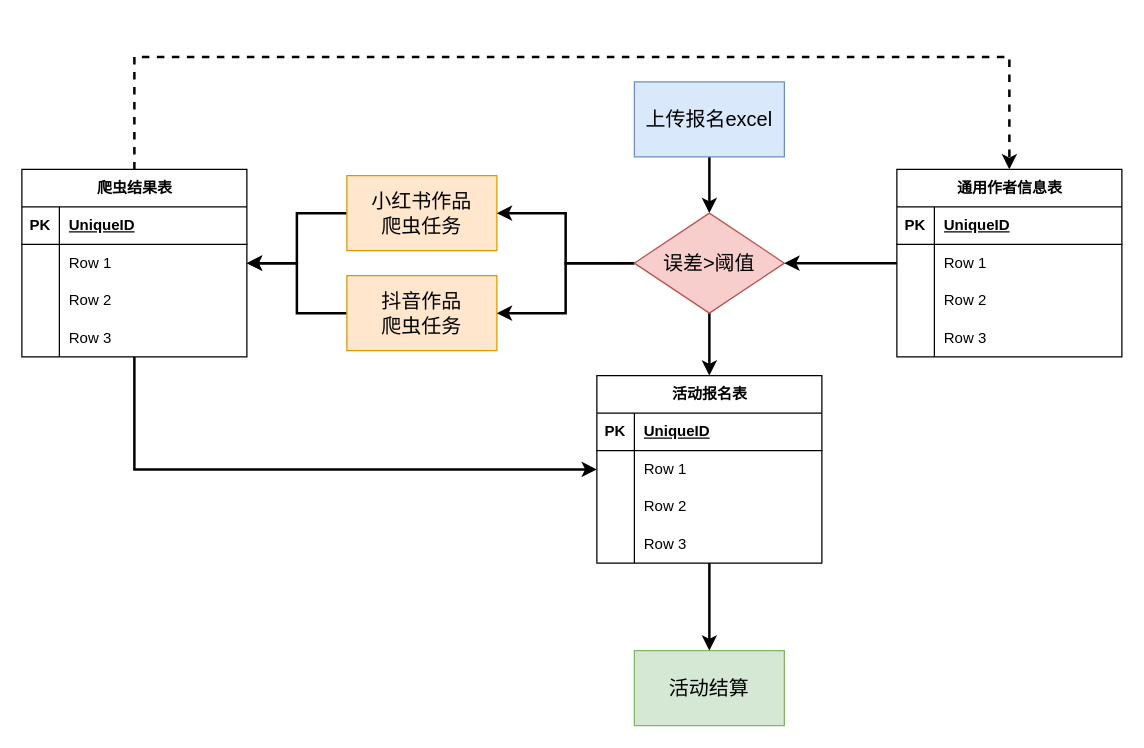
WTongStudio/draw.io keeps this draw.io diagram as 全勤奖报名.drawio. Above is the earlier version. Source tidied: cells renumbered, new cells numbered last; positions are measured from the earlier drawing's top-left corner, leaving out a move shared by most shapes. Both pictures are drawn from the tidied source at 125%, with x=0, y=0 at pixel (21, 56).
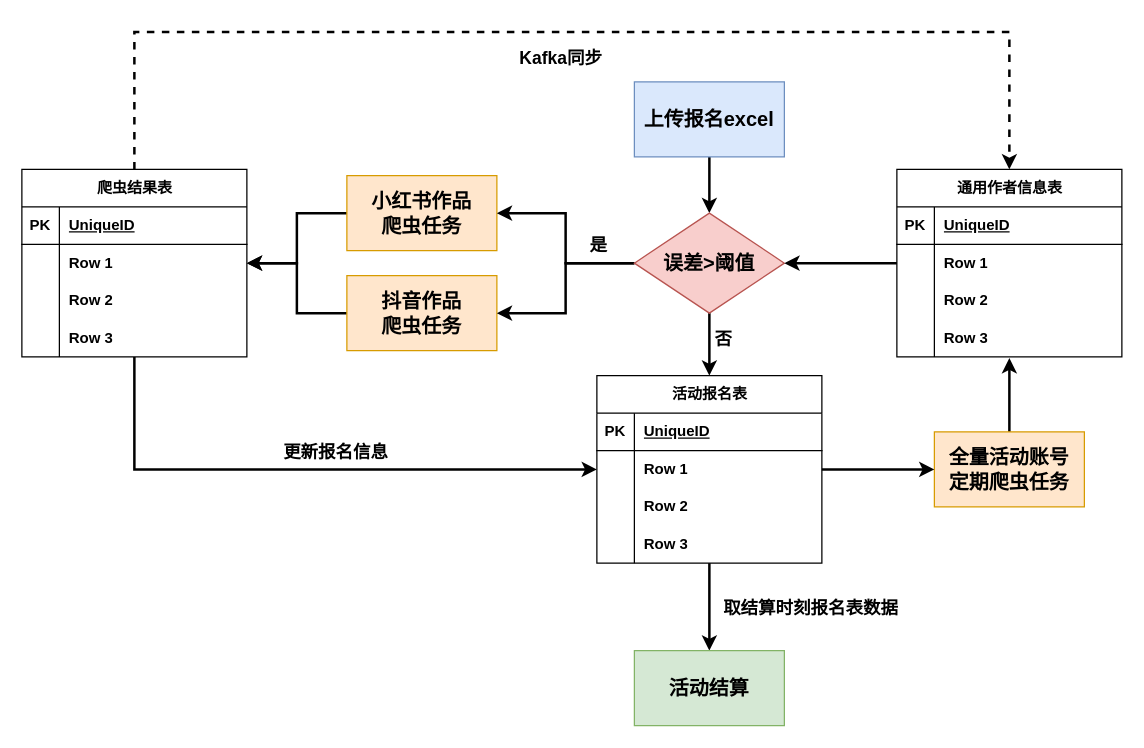
The same page after the edit.

Commit message:
更新全勤奖报名.drawio

Unchanged cells that the change refers to:
```xml
<mxCell id="7" value="活动报名表" style="shape=table;startSize=30;childLayout=tableLayout;rowLines=0;fontStyle=1;align=center;html=1;" parent="1" vertex="1">
  <mxGeometry x="460" y="255" width="180" height="150" as="geometry" />
</mxCell>
<mxCell id="22" value="通用作者信息表" style="shape=table;startSize=30;childLayout=tableLayout;rowLines=0;fontStyle=1;align=center;html=1;" parent="1" vertex="1">
  <mxGeometry x="700" y="90" width="180" height="150" as="geometry" />
</mxCell>
<mxCell id="37" value="爬虫结果表" style="shape=table;startSize=30;childLayout=tableLayout;rowLines=0;fontStyle=1;align=center;html=1;" parent="1" vertex="1">
  <mxGeometry y="90" width="180" height="150" as="geometry" />
</mxCell>
```

What changed in the source:
```diff
@@
-    <mxCell id="2" style="edgeStyle=orthogonalEdgeStyle;rounded=0;jettySize=auto;html=1;entryX=0.5;entryY=0;entryDx=0;entryDy=0;strokeWidth=2;" parent="1" edge="1" source="3" target="54">
+    <mxCell id="2" style="edgeStyle=orthogonalEdgeStyle;rounded=0;jettySize=auto;html=1;entryX=0.5;entryY=0;entryDx=0;entryDy=0;strokeWidth=2;fontStyle=1;" parent="1" edge="1" source="3" target="54">
       <mxGeometry relative="1" as="geometry" />
     </mxCell>
-    <mxCell id="3" value="&lt;font style=&quot;font-size: 16px;&quot;&gt;上传报名excel&lt;/font&gt;" style="rounded=0;whiteSpace=wrap;html=1;fillColor=#dae8fc;strokeColor=#6c8ebf;" parent="1" vertex="1">
+    <mxCell id="3" value="&lt;font style=&quot;font-size: 16px;&quot;&gt;上传报名excel&lt;/font&gt;" style="rounded=0;whiteSpace=wrap;html=1;fillColor=#dae8fc;strokeColor=#6c8ebf;fontStyle=1;" parent="1" vertex="1">
       <mxGeometry x="490" y="20" width="120" height="60" as="geometry" />
     </mxCell>
-    <mxCell id="4" style="edgeStyle=orthogonalEdgeStyle;rounded=0;jettySize=auto;html=1;entryX=1;entryY=0.5;entryDx=0;entryDy=0;strokeWidth=2;" parent="1" edge="1" source="5" target="41">
+    <mxCell id="4" style="edgeStyle=orthogonalEdgeStyle;rounded=0;jettySize=auto;html=1;entryX=1;entryY=0.5;entryDx=0;entryDy=0;strokeWidth=2;fontStyle=1;" parent="1" edge="1" source="5" target="41">
       <mxGeometry relative="1" as="geometry" />
     </mxCell>
-    <mxCell id="5" value="&lt;font size=&quot;3&quot;&gt;小红书作品&lt;br&gt;爬虫任务&lt;br&gt;&lt;/font&gt;" style="rounded=0;whiteSpace=wrap;html=1;fillColor=#ffe6cc;strokeColor=#d79b00;" parent="1" vertex="1">
+    <mxCell id="5" value="&lt;font size=&quot;3&quot;&gt;小红书作品&lt;br&gt;爬虫任务&lt;br&gt;&lt;/font&gt;" style="rounded=0;whiteSpace=wrap;html=1;fillColor=#ffe6cc;strokeColor=#d79b00;fontStyle=1;" parent="1" vertex="1">
       <mxGeometry x="260" y="95" width="120" height="60" as="geometry" />
     </mxCell>
-    <mxCell id="6" style="edgeStyle=orthogonalEdgeStyle;rounded=0;jettySize=auto;html=1;strokeWidth=2;" parent="1" edge="1" source="7" target="50">
+    <mxCell id="6" style="edgeStyle=orthogonalEdgeStyle;rounded=0;jettySize=auto;html=1;strokeWidth=2;fontStyle=1;" parent="1" edge="1" source="7" target="50">
       <mxGeometry relative="1" as="geometry" />
     </mxCell>
+    <mxCell id="56" value="&lt;span&gt;&lt;font style=&quot;font-size: 14px;&quot;&gt;取结算时刻报名表数据&lt;/font&gt;&lt;/span&gt;" style="edgeLabel;html=1;align=center;verticalAlign=middle;fontStyle=1;" parent="6" vertex="1">
+      <mxGeometry x="-0.11" y="-1" relative="1" as="geometry">
+        <mxPoint x="81" y="4" as="offset" />
+      </mxGeometry>
+    </mxCell>
@@
-    <mxCell id="8" style="shape=tableRow;horizontal=0;startSize=0;swimlaneHead=0;swimlaneBody=0;fillColor=none;top=0;left=0;right=0;bottom=1;" parent="7" vertex="1">
+    <mxCell id="8" style="shape=tableRow;horizontal=0;startSize=0;swimlaneHead=0;swimlaneBody=0;fillColor=none;top=0;left=0;right=0;bottom=1;fontStyle=1;" parent="7" vertex="1">
       <mxGeometry y="30" width="180" height="30" as="geometry" />
     </mxCell>
@@
-    <mxCell id="11" style="shape=tableRow;horizontal=0;startSize=0;swimlaneHead=0;swimlaneBody=0;fillColor=none;points=[[0,0.5],[1,0.5]];portConstraint=eastwest;top=0;left=0;right=0;bottom=0;" parent="7" vertex="1">
+    <mxCell id="11" style="shape=tableRow;horizontal=0;startSize=0;swimlaneHead=0;swimlaneBody=0;fillColor=none;points=[[0,0.5],[1,0.5]];portConstraint=eastwest;top=0;left=0;right=0;bottom=0;fontStyle=1;" parent="7" vertex="1">
       <mxGeometry y="60" width="180" height="30" as="geometry" />
     </mxCell>
-    <mxCell id="12" style="shape=partialRectangle;fillColor=none;top=0;left=0;bottom=0;right=0;overflow=hidden;whiteSpace=wrap;html=1;" parent="11" vertex="1">
+    <mxCell id="12" style="shape=partialRectangle;fillColor=none;top=0;left=0;bottom=0;right=0;overflow=hidden;whiteSpace=wrap;html=1;fontStyle=1;" parent="11" vertex="1">
       <mxGeometry width="30" height="30" as="geometry" />
     </mxCell>
-    <mxCell id="13" value="Row 1" style="shape=partialRectangle;fillColor=none;top=0;left=0;bottom=0;right=0;align=left;spacingLeft=6;overflow=hidden;whiteSpace=wrap;html=1;" parent="11" vertex="1">
+    <mxCell id="13" value="Row 1" style="shape=partialRectangle;fillColor=none;top=0;left=0;bottom=0;right=0;align=left;spacingLeft=6;overflow=hidden;whiteSpace=wrap;html=1;fontStyle=1;" parent="11" vertex="1">
       <mxGeometry x="30" width="150" height="30" as="geometry" />
     </mxCell>
-    <mxCell id="14" style="shape=tableRow;horizontal=0;startSize=0;swimlaneHead=0;swimlaneBody=0;fillColor=none;top=0;left=0;right=0;bottom=0;" parent="7" vertex="1">
+    <mxCell id="14" style="shape=tableRow;horizontal=0;startSize=0;swimlaneHead=0;swimlaneBody=0;fillColor=none;top=0;left=0;right=0;bottom=0;fontStyle=1;" parent="7" vertex="1">
       <mxGeometry y="90" width="180" height="30" as="geometry" />
     </mxCell>
-    <mxCell id="15" style="shape=partialRectangle;fillColor=none;top=0;left=0;bottom=0;right=0;overflow=hidden;whiteSpace=wrap;html=1;" parent="14" vertex="1">
+    <mxCell id="15" style="shape=partialRectangle;fillColor=none;top=0;left=0;bottom=0;right=0;overflow=hidden;whiteSpace=wrap;html=1;fontStyle=1;" parent="14" vertex="1">
       <mxGeometry width="30" height="30" as="geometry" />
     </mxCell>
-    <mxCell id="16" value="Row 2" style="shape=partialRectangle;fillColor=none;top=0;left=0;bottom=0;right=0;align=left;spacingLeft=6;overflow=hidden;whiteSpace=wrap;html=1;" parent="14" vertex="1">
+    <mxCell id="16" value="Row 2" style="shape=partialRectangle;fillColor=none;top=0;left=0;bottom=0;right=0;align=left;spacingLeft=6;overflow=hidden;whiteSpace=wrap;html=1;fontStyle=1;" parent="14" vertex="1">
       <mxGeometry x="30" width="150" height="30" as="geometry" />
     </mxCell>
-    <mxCell id="17" style="shape=tableRow;horizontal=0;startSize=0;swimlaneHead=0;swimlaneBody=0;fillColor=none;top=0;left=0;right=0;bottom=0;" parent="7" vertex="1">
+    <mxCell id="17" style="shape=tableRow;horizontal=0;startSize=0;swimlaneHead=0;swimlaneBody=0;fillColor=none;top=0;left=0;right=0;bottom=0;fontStyle=1;" parent="7" vertex="1">
       <mxGeometry y="120" width="180" height="30" as="geometry" />
     </mxCell>
-    <mxCell id="18" style="shape=partialRectangle;fillColor=none;top=0;left=0;bottom=0;right=0;overflow=hidden;whiteSpace=wrap;html=1;" parent="17" vertex="1">
+    <mxCell id="18" style="shape=partialRectangle;fillColor=none;top=0;left=0;bottom=0;right=0;overflow=hidden;whiteSpace=wrap;html=1;fontStyle=1;" parent="17" vertex="1">
       <mxGeometry width="30" height="30" as="geometry" />
     </mxCell>
-    <mxCell id="19" value="Row 3" style="shape=partialRectangle;fillColor=none;top=0;left=0;bottom=0;right=0;align=left;spacingLeft=6;overflow=hidden;whiteSpace=wrap;html=1;" parent="17" vertex="1">
+    <mxCell id="19" value="Row 3" style="shape=partialRectangle;fillColor=none;top=0;left=0;bottom=0;right=0;align=left;spacingLeft=6;overflow=hidden;whiteSpace=wrap;html=1;fontStyle=1;" parent="17" vertex="1">
       <mxGeometry x="30" width="150" height="30" as="geometry" />
     </mxCell>
-    <mxCell id="20" style="edgeStyle=orthogonalEdgeStyle;rounded=0;jettySize=auto;html=1;entryX=1;entryY=0.5;entryDx=0;entryDy=0;strokeWidth=2;" parent="1" edge="1" source="21" target="41">
+    <mxCell id="20" style="edgeStyle=orthogonalEdgeStyle;rounded=0;jettySize=auto;html=1;entryX=1;entryY=0.5;entryDx=0;entryDy=0;strokeWidth=2;fontStyle=1;" parent="1" edge="1" source="21" target="41">
       <mxGeometry relative="1" as="geometry" />
     </mxCell>
-    <mxCell id="21" value="&lt;font size=&quot;3&quot;&gt;抖音作品&lt;br&gt;爬虫任务&lt;br&gt;&lt;/font&gt;" style="rounded=0;whiteSpace=wrap;html=1;fillColor=#ffe6cc;strokeColor=#d79b00;" parent="1" vertex="1">
+    <mxCell id="21" value="&lt;font size=&quot;3&quot;&gt;抖音作品&lt;br&gt;爬虫任务&lt;br&gt;&lt;/font&gt;" style="rounded=0;whiteSpace=wrap;html=1;fillColor=#ffe6cc;strokeColor=#d79b00;fontStyle=1;" parent="1" vertex="1">
       <mxGeometry x="260" y="175" width="120" height="60" as="geometry" />
     </mxCell>
@@
-    <mxCell id="23" style="shape=tableRow;horizontal=0;startSize=0;swimlaneHead=0;swimlaneBody=0;fillColor=none;top=0;left=0;right=0;bottom=1;" parent="22" vertex="1">
+    <mxCell id="23" style="shape=tableRow;horizontal=0;startSize=0;swimlaneHead=0;swimlaneBody=0;fillColor=none;top=0;left=0;right=0;bottom=1;fontStyle=1;" parent="22" vertex="1">
       <mxGeometry y="30" width="180" height="30" as="geometry" />
     </mxCell>
@@
-    <mxCell id="26" style="shape=tableRow;horizontal=0;startSize=0;swimlaneHead=0;swimlaneBody=0;fillColor=none;points=[[0,0.5],[1,0.5]];portConstraint=eastwest;top=0;left=0;right=0;bottom=0;" parent="22" vertex="1">
+    <mxCell id="26" style="shape=tableRow;horizontal=0;startSize=0;swimlaneHead=0;swimlaneBody=0;fillColor=none;points=[[0,0.5],[1,0.5]];portConstraint=eastwest;top=0;left=0;right=0;bottom=0;fontStyle=1;" parent="22" vertex="1">
       <mxGeometry y="60" width="180" height="30" as="geometry" />
     </mxCell>
-    <mxCell id="27" style="shape=partialRectangle;fillColor=none;top=0;left=0;bottom=0;right=0;overflow=hidden;whiteSpace=wrap;html=1;" parent="26" vertex="1">
+    <mxCell id="27" style="shape=partialRectangle;fillColor=none;top=0;left=0;bottom=0;right=0;overflow=hidden;whiteSpace=wrap;html=1;fontStyle=1;" parent="26" vertex="1">
       <mxGeometry width="30" height="30" as="geometry" />
     </mxCell>
-    <mxCell id="28" value="Row 1" style="shape=partialRectangle;fillColor=none;top=0;left=0;bottom=0;right=0;align=left;spacingLeft=6;overflow=hidden;whiteSpace=wrap;html=1;" parent="26" vertex="1">
+    <mxCell id="28" value="Row 1" style="shape=partialRectangle;fillColor=none;top=0;left=0;bottom=0;right=0;align=left;spacingLeft=6;overflow=hidden;whiteSpace=wrap;html=1;fontStyle=1;" parent="26" vertex="1">
       <mxGeometry x="30" width="150" height="30" as="geometry" />
     </mxCell>
-    <mxCell id="29" style="shape=tableRow;horizontal=0;startSize=0;swimlaneHead=0;swimlaneBody=0;fillColor=none;top=0;left=0;right=0;bottom=0;" parent="22" vertex="1">
+    <mxCell id="29" style="shape=tableRow;horizontal=0;startSize=0;swimlaneHead=0;swimlaneBody=0;fillColor=none;top=0;left=0;right=0;bottom=0;fontStyle=1;" parent="22" vertex="1">
       <mxGeometry y="90" width="180" height="30" as="geometry" />
     </mxCell>
-    <mxCell id="30" style="shape=partialRectangle;fillColor=none;top=0;left=0;bottom=0;right=0;overflow=hidden;whiteSpace=wrap;html=1;" parent="29" vertex="1">
+    <mxCell id="30" style="shape=partialRectangle;fillColor=none;top=0;left=0;bottom=0;right=0;overflow=hidden;whiteSpace=wrap;html=1;fontStyle=1;" parent="29" vertex="1">
       <mxGeometry width="30" height="30" as="geometry" />
     </mxCell>
-    <mxCell id="31" value="Row 2" style="shape=partialRectangle;fillColor=none;top=0;left=0;bottom=0;right=0;align=left;spacingLeft=6;overflow=hidden;whiteSpace=wrap;html=1;" parent="29" vertex="1">
+    <mxCell id="31" value="Row 2" style="shape=partialRectangle;fillColor=none;top=0;left=0;bottom=0;right=0;align=left;spacingLeft=6;overflow=hidden;whiteSpace=wrap;html=1;fontStyle=1;" parent="29" vertex="1">
       <mxGeometry x="30" width="150" height="30" as="geometry" />
     </mxCell>
-    <mxCell id="32" style="shape=tableRow;horizontal=0;startSize=0;swimlaneHead=0;swimlaneBody=0;fillColor=none;points=[[0,0.5],[1,0.5]];portConstraint=eastwest;top=0;left=0;right=0;bottom=0;" parent="22" vertex="1">
+    <mxCell id="32" style="shape=tableRow;horizontal=0;startSize=0;swimlaneHead=0;swimlaneBody=0;fillColor=none;points=[[0,0.5],[1,0.5]];portConstraint=eastwest;top=0;left=0;right=0;bottom=0;fontStyle=1;" parent="22" vertex="1">
       <mxGeometry y="120" width="180" height="30" as="geometry" />
     </mxCell>
-    <mxCell id="33" style="shape=partialRectangle;fillColor=none;top=0;left=0;bottom=0;right=0;overflow=hidden;whiteSpace=wrap;html=1;" parent="32" vertex="1">
+    <mxCell id="33" style="shape=partialRectangle;fillColor=none;top=0;left=0;bottom=0;right=0;overflow=hidden;whiteSpace=wrap;html=1;fontStyle=1;" parent="32" vertex="1">
       <mxGeometry width="30" height="30" as="geometry" />
     </mxCell>
-    <mxCell id="34" value="Row 3" style="shape=partialRectangle;fillColor=none;top=0;left=0;bottom=0;right=0;align=left;spacingLeft=6;overflow=hidden;whiteSpace=wrap;html=1;" parent="32" vertex="1">
+    <mxCell id="34" value="Row 3" style="shape=partialRectangle;fillColor=none;top=0;left=0;bottom=0;right=0;align=left;spacingLeft=6;overflow=hidden;whiteSpace=wrap;html=1;fontStyle=1;" parent="32" vertex="1">
       <mxGeometry x="30" width="150" height="30" as="geometry" />
     </mxCell>
-    <mxCell id="35" style="edgeStyle=orthogonalEdgeStyle;rounded=0;jettySize=auto;html=1;entryX=0;entryY=0.5;entryDx=0;entryDy=0;strokeWidth=2;" parent="1" edge="1" source="37" target="11">
+    <mxCell id="35" style="edgeStyle=orthogonalEdgeStyle;rounded=0;jettySize=auto;html=1;entryX=0;entryY=0.5;entryDx=0;entryDy=0;strokeWidth=2;fontStyle=1;" parent="1" edge="1" source="37" target="11">
       <mxGeometry relative="1" as="geometry" />
     </mxCell>
+    <mxCell id="57" value="&lt;b&gt;&lt;font style=&quot;font-size: 14px;&quot;&gt;更新报名信息&lt;/font&gt;&lt;/b&gt;" style="edgeLabel;html=1;align=center;verticalAlign=middle;" parent="35" vertex="1">
+      <mxGeometry x="-0.06" y="-1" relative="1" as="geometry">
+        <mxPoint x="34" y="-16" as="offset" />
+      </mxGeometry>
+    </mxCell>
-    <mxCell id="36" style="edgeStyle=orthogonalEdgeStyle;rounded=0;jettySize=auto;html=1;entryX=0.5;entryY=0;entryDx=0;entryDy=0;exitX=0.5;exitY=0;exitDx=0;exitDy=0;strokeWidth=2;dashed=1;" parent="1" edge="1" source="37" target="22">
+    <mxCell id="36" style="edgeStyle=orthogonalEdgeStyle;rounded=0;jettySize=auto;html=1;entryX=0.5;entryY=0;entryDx=0;entryDy=0;exitX=0.5;exitY=0;exitDx=0;exitDy=0;strokeWidth=2;dashed=1;fontStyle=1;" parent="1" edge="1" source="37" target="22">
       <mxGeometry relative="1" as="geometry">
         <Array as="points">
-          <mxPoint x="90" />
-          <mxPoint x="790" />
+          <mxPoint x="90" y="-20" />
+          <mxPoint x="790" y="-20" />
         </Array>
       </mxGeometry>
     </mxCell>
+    <mxCell id="58" value="&lt;font style=&quot;font-size: 14px;&quot;&gt;Kafka同步&lt;/font&gt;" style="edgeLabel;html=1;align=center;verticalAlign=middle;fontStyle=1;" parent="36" vertex="1">
+      <mxGeometry x="0.02" y="-1" relative="1" as="geometry">
+        <mxPoint x="-19" y="19" as="offset" />
+      </mxGeometry>
+    </mxCell>
@@
-    <mxCell id="38" style="shape=tableRow;horizontal=0;startSize=0;swimlaneHead=0;swimlaneBody=0;fillColor=none;top=0;left=0;right=0;bottom=1;" parent="37" vertex="1">
+    <mxCell id="38" style="shape=tableRow;horizontal=0;startSize=0;swimlaneHead=0;swimlaneBody=0;fillColor=none;top=0;left=0;right=0;bottom=1;fontStyle=1;" parent="37" vertex="1">
       <mxGeometry y="30" width="180" height="30" as="geometry" />
     </mxCell>
@@
-    <mxCell id="41" style="shape=tableRow;horizontal=0;startSize=0;swimlaneHead=0;swimlaneBody=0;fillColor=none;points=[[0,0.5],[1,0.5]];portConstraint=eastwest;top=0;left=0;right=0;bottom=0;" parent="37" vertex="1">
+    <mxCell id="41" style="shape=tableRow;horizontal=0;startSize=0;swimlaneHead=0;swimlaneBody=0;fillColor=none;points=[[0,0.5],[1,0.5]];portConstraint=eastwest;top=0;left=0;right=0;bottom=0;fontStyle=1;" parent="37" vertex="1">
       <mxGeometry y="60" width="180" height="30" as="geometry" />
     </mxCell>
-    <mxCell id="42" style="shape=partialRectangle;fillColor=none;top=0;left=0;bottom=0;right=0;overflow=hidden;whiteSpace=wrap;html=1;" parent="41" vertex="1">
+    <mxCell id="42" style="shape=partialRectangle;fillColor=none;top=0;left=0;bottom=0;right=0;overflow=hidden;whiteSpace=wrap;html=1;fontStyle=1;" parent="41" vertex="1">
       <mxGeometry width="30" height="30" as="geometry" />
     </mxCell>
-    <mxCell id="43" value="Row 1" style="shape=partialRectangle;fillColor=none;top=0;left=0;bottom=0;right=0;align=left;spacingLeft=6;overflow=hidden;whiteSpace=wrap;html=1;" parent="41" vertex="1">
+    <mxCell id="43" value="Row 1" style="shape=partialRectangle;fillColor=none;top=0;left=0;bottom=0;right=0;align=left;spacingLeft=6;overflow=hidden;whiteSpace=wrap;html=1;fontStyle=1;" parent="41" vertex="1">
       <mxGeometry x="30" width="150" height="30" as="geometry" />
     </mxCell>
-    <mxCell id="44" style="shape=tableRow;horizontal=0;startSize=0;swimlaneHead=0;swimlaneBody=0;fillColor=none;top=0;left=0;right=0;bottom=0;" parent="37" vertex="1">
+    <mxCell id="44" style="shape=tableRow;horizontal=0;startSize=0;swimlaneHead=0;swimlaneBody=0;fillColor=none;top=0;left=0;right=0;bottom=0;fontStyle=1;" parent="37" vertex="1">
       <mxGeometry y="90" width="180" height="30" as="geometry" />
     </mxCell>
-    <mxCell id="45" style="shape=partialRectangle;fillColor=none;top=0;left=0;bottom=0;right=0;overflow=hidden;whiteSpace=wrap;html=1;" parent="44" vertex="1">
+    <mxCell id="45" style="shape=partialRectangle;fillColor=none;top=0;left=0;bottom=0;right=0;overflow=hidden;whiteSpace=wrap;html=1;fontStyle=1;" parent="44" vertex="1">
       <mxGeometry width="30" height="30" as="geometry" />
     </mxCell>
-    <mxCell id="46" value="Row 2" style="shape=partialRectangle;fillColor=none;top=0;left=0;bottom=0;right=0;align=left;spacingLeft=6;overflow=hidden;whiteSpace=wrap;html=1;" parent="44" vertex="1">
+    <mxCell id="46" value="Row 2" style="shape=partialRectangle;fillColor=none;top=0;left=0;bottom=0;right=0;align=left;spacingLeft=6;overflow=hidden;whiteSpace=wrap;html=1;fontStyle=1;" parent="44" vertex="1">
       <mxGeometry x="30" width="150" height="30" as="geometry" />
     </mxCell>
-    <mxCell id="47" style="shape=tableRow;horizontal=0;startSize=0;swimlaneHead=0;swimlaneBody=0;fillColor=none;top=0;left=0;right=0;bottom=0;" parent="37" vertex="1">
+    <mxCell id="47" style="shape=tableRow;horizontal=0;startSize=0;swimlaneHead=0;swimlaneBody=0;fillColor=none;top=0;left=0;right=0;bottom=0;fontStyle=1;" parent="37" vertex="1">
       <mxGeometry y="120" width="180" height="30" as="geometry" />
     </mxCell>
-    <mxCell id="48" style="shape=partialRectangle;fillColor=none;top=0;left=0;bottom=0;right=0;overflow=hidden;whiteSpace=wrap;html=1;" parent="47" vertex="1">
+    <mxCell id="48" style="shape=partialRectangle;fillColor=none;top=0;left=0;bottom=0;right=0;overflow=hidden;whiteSpace=wrap;html=1;fontStyle=1;" parent="47" vertex="1">
       <mxGeometry width="30" height="30" as="geometry" />
     </mxCell>
-    <mxCell id="49" value="Row 3" style="shape=partialRectangle;fillColor=none;top=0;left=0;bottom=0;right=0;align=left;spacingLeft=6;overflow=hidden;whiteSpace=wrap;html=1;" parent="47" vertex="1">
+    <mxCell id="49" value="Row 3" style="shape=partialRectangle;fillColor=none;top=0;left=0;bottom=0;right=0;align=left;spacingLeft=6;overflow=hidden;whiteSpace=wrap;html=1;fontStyle=1;" parent="47" vertex="1">
       <mxGeometry x="30" width="150" height="30" as="geometry" />
     </mxCell>
-    <mxCell id="50" value="&lt;font size=&quot;3&quot;&gt;活动结算&lt;br&gt;&lt;/font&gt;" style="rounded=0;whiteSpace=wrap;html=1;fillColor=#d5e8d4;strokeColor=#82b366;" parent="1" vertex="1">
+    <mxCell id="50" value="&lt;font size=&quot;3&quot;&gt;活动结算&lt;br&gt;&lt;/font&gt;" style="rounded=0;whiteSpace=wrap;html=1;fillColor=#d5e8d4;strokeColor=#82b366;fontStyle=1;" parent="1" vertex="1">
       <mxGeometry x="490" y="475" width="120" height="60" as="geometry" />
     </mxCell>
-    <mxCell id="51" style="edgeStyle=orthogonalEdgeStyle;rounded=0;jettySize=auto;html=1;entryX=0.5;entryY=0;entryDx=0;entryDy=0;strokeWidth=2;" parent="1" edge="1" source="54" target="7">
-      <mxGeometry relative="1" as="geometry" />
-    </mxCell>
-    <mxCell id="52" style="edgeStyle=orthogonalEdgeStyle;rounded=0;jettySize=auto;html=1;entryX=1;entryY=0.5;entryDx=0;entryDy=0;strokeWidth=2;" parent="1" edge="1" source="54" target="5">
+    <mxCell id="52" style="edgeStyle=orthogonalEdgeStyle;rounded=0;jettySize=auto;html=1;entryX=1;entryY=0.5;entryDx=0;entryDy=0;strokeWidth=2;fontStyle=1;" parent="1" edge="1" source="54" target="5">
       <mxGeometry relative="1" as="geometry" />
     </mxCell>
-    <mxCell id="53" style="edgeStyle=orthogonalEdgeStyle;rounded=0;jettySize=auto;html=1;exitX=0;exitY=0.5;exitDx=0;exitDy=0;strokeWidth=2;" parent="1" edge="1" source="54" target="21">
+    <mxCell id="53" style="edgeStyle=orthogonalEdgeStyle;rounded=0;jettySize=auto;html=1;exitX=0;exitY=0.5;exitDx=0;exitDy=0;strokeWidth=2;fontStyle=1;" parent="1" edge="1" source="54" target="21">
       <mxGeometry relative="1" as="geometry" />
     </mxCell>
+    <mxCell id="59" value="&lt;span&gt;&lt;font style=&quot;font-size: 14px;&quot;&gt;是&lt;/font&gt;&lt;/span&gt;" style="edgeLabel;html=1;align=center;verticalAlign=middle;fontStyle=1;" parent="53" vertex="1">
+      <mxGeometry x="-0.6" relative="1" as="geometry">
+        <mxPoint y="-15" as="offset" />
+      </mxGeometry>
+    </mxCell>
+    <mxCell id="51" style="edgeStyle=orthogonalEdgeStyle;rounded=0;jettySize=auto;html=1;entryX=0.5;entryY=0;entryDx=0;entryDy=0;strokeWidth=2;fontStyle=1;" parent="1" edge="1" source="54" target="7">
+      <mxGeometry relative="1" as="geometry" />
+    </mxCell>
+    <mxCell id="60" value="&lt;b&gt;&lt;font style=&quot;font-size: 14px;&quot;&gt;否&lt;/font&gt;&lt;/b&gt;" style="edgeLabel;html=1;align=center;verticalAlign=middle;" parent="51" vertex="1">
+      <mxGeometry x="-0.12" y="-1" relative="1" as="geometry">
+        <mxPoint x="11" y="-2" as="offset" />
+      </mxGeometry>
+    </mxCell>
-    <mxCell id="54" value="&lt;font style=&quot;font-size: 16px;&quot;&gt;误差&amp;gt;阈值&lt;/font&gt;" style="rhombus;whiteSpace=wrap;html=1;fillColor=#f8cecc;strokeColor=#b85450;" parent="1" vertex="1">
+    <mxCell id="54" value="&lt;font style=&quot;font-size: 16px;&quot;&gt;误差&amp;gt;阈值&lt;/font&gt;" style="rhombus;whiteSpace=wrap;html=1;fillColor=#f8cecc;strokeColor=#b85450;fontStyle=1;" parent="1" vertex="1">
       <mxGeometry x="490" y="125" width="120" height="80" as="geometry" />
     </mxCell>
-    <mxCell id="55" style="edgeStyle=orthogonalEdgeStyle;rounded=0;jettySize=auto;html=1;entryX=1;entryY=0.5;entryDx=0;entryDy=0;strokeWidth=2;" parent="1" edge="1" source="26" target="54">
+    <mxCell id="55" style="edgeStyle=orthogonalEdgeStyle;rounded=0;jettySize=auto;html=1;entryX=1;entryY=0.5;entryDx=0;entryDy=0;strokeWidth=2;fontStyle=1;" parent="1" edge="1" source="26" target="54">
       <mxGeometry relative="1" as="geometry" />
     </mxCell>
+    <mxCell id="61" style="edgeStyle=orthogonalEdgeStyle;rounded=0;jettySize=auto;html=1;entryX=0.5;entryY=1.033;entryDx=0;entryDy=0;entryPerimeter=0;strokeWidth=2;" parent="1" edge="1" source="62" target="32">
+      <mxGeometry relative="1" as="geometry" />
+    </mxCell>
+    <mxCell id="62" value="&lt;font size=&quot;3&quot;&gt;全量活动账号&lt;br&gt;定期爬虫任务&lt;br&gt;&lt;/font&gt;" style="rounded=0;whiteSpace=wrap;html=1;fillColor=#ffe6cc;strokeColor=#d79b00;fontStyle=1;" parent="1" vertex="1">
+      <mxGeometry x="730" y="300" width="120" height="60" as="geometry" />
+    </mxCell>
+    <mxCell id="63" style="edgeStyle=orthogonalEdgeStyle;rounded=0;jettySize=auto;html=1;entryX=0;entryY=0.5;entryDx=0;entryDy=0;fontStyle=1;strokeWidth=2;" parent="1" edge="1" source="11" target="62">
+      <mxGeometry relative="1" as="geometry" />
+    </mxCell>
```
